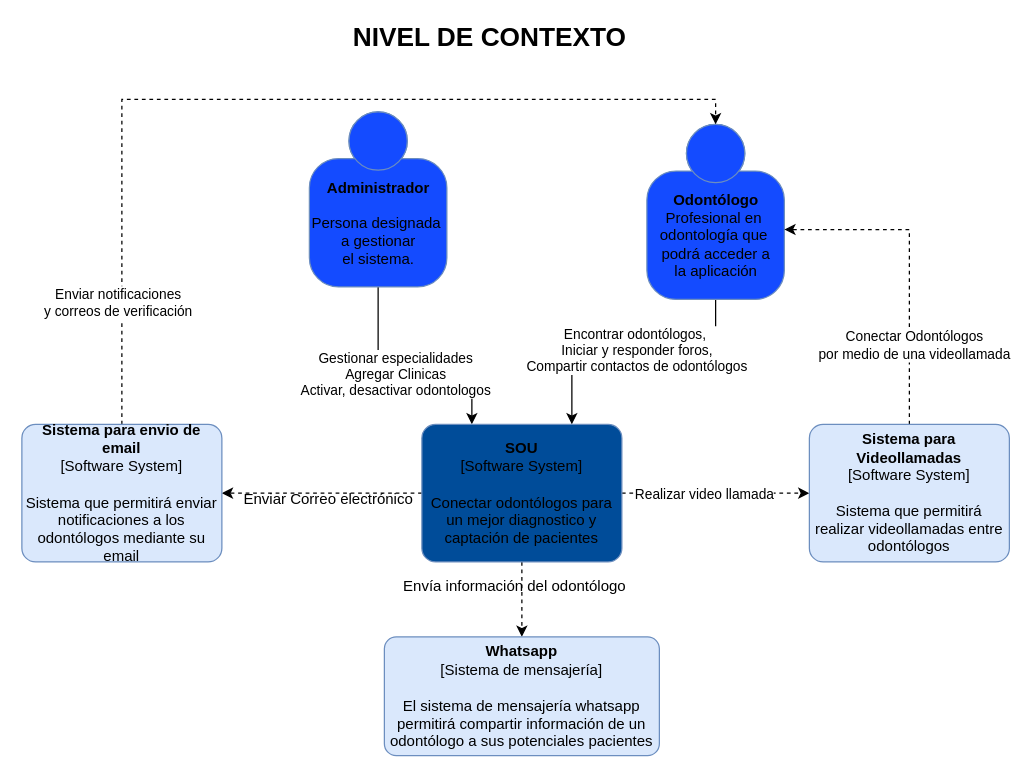
Before: Untitled Diagram.drawio in vjcajilema/C4-Odontologos, a draw.io diagram. Source tidied: cells renumbered, new cells numbered last; positions are measured from the earlier drawing's top-left corner, leaving out a move shared by most shapes. Both pictures are drawn from the tidied source at 125%, with x=0, y=0 at pixel (21, 24).
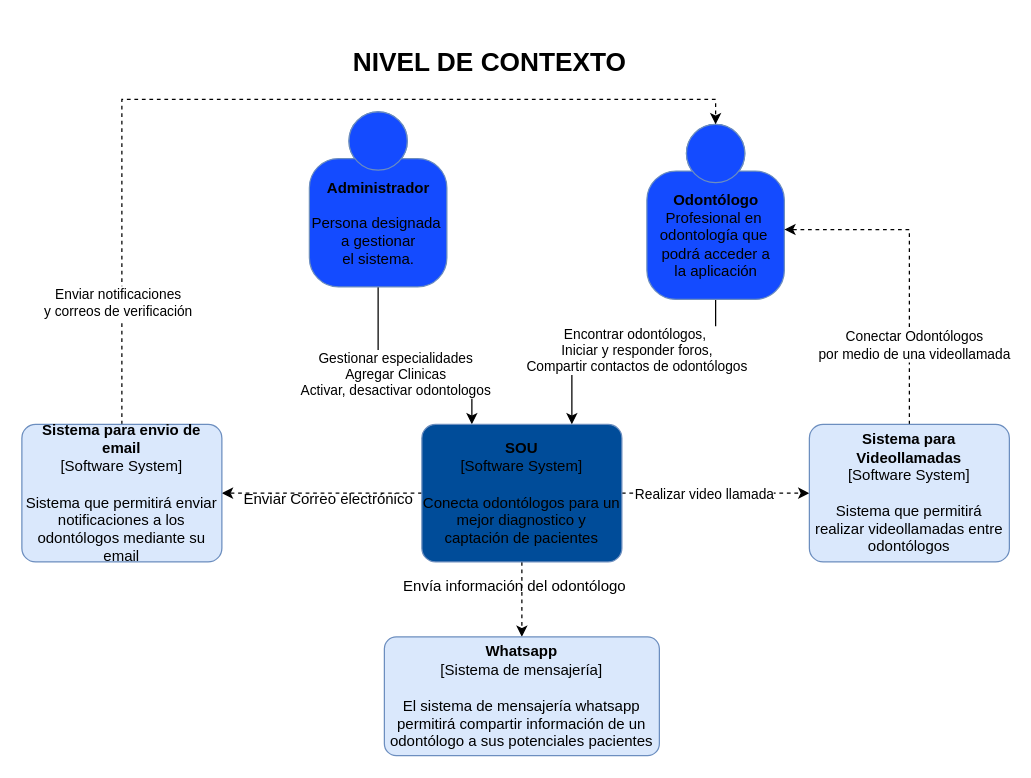
The same page after the edit.

Commit message:
Cambiar infinitivos conexto.drawio

What changed in the source:
```diff
@@
-    <mxCell id="9" value="&lt;b&gt;SOU&lt;/b&gt;&lt;div&gt;[Software System]&lt;/div&gt;&lt;br&gt;&lt;div&gt;Conectar odontólogos para un mejor diagnostico y captación de pacientes&lt;/div&gt;" style="rounded=1;whiteSpace=wrap;html=1;labelBackgroundColor=none;fillColor=#004C99;fontColor=#000000;align=center;arcSize=10;strokeColor=#6c8ebf;points=[[0.25,0,0],[0.5,0,0],[0.75,0,0],[1,0.25,0],[1,0.5,0],[1,0.75,0],[0.75,1,0],[0.5,1,0],[0.25,1,0],[0,0.75,0],[0,0.5,0],[0,0.25,0]];gradientColor=none;" parent="1" vertex="1">
+    <mxCell id="9" value="&lt;b&gt;SOU&lt;/b&gt;&lt;div&gt;[Software System]&lt;/div&gt;&lt;br&gt;&lt;div&gt;Conecta odontólogos para un mejor diagnostico y captación de pacientes&lt;/div&gt;" style="rounded=1;whiteSpace=wrap;html=1;labelBackgroundColor=none;fillColor=#004C99;fontColor=#000000;align=center;arcSize=10;strokeColor=#6c8ebf;points=[[0.25,0,0],[0.5,0,0],[0.75,0,0],[1,0.25,0],[1,0.5,0],[1,0.75,0],[0.75,1,0],[0.5,1,0],[0.25,1,0],[0,0.75,0],[0,0.5,0],[0,0.25,0]];gradientColor=none;" parent="1" vertex="1">
       <mxGeometry x="320" y="320" width="160" height="110" as="geometry" />
     </mxCell>
@@
     <mxCell id="22" value="&lt;b&gt;&lt;font style=&quot;font-size: 21px&quot;&gt;NIVEL DE CONTEXTO&lt;/font&gt;&lt;/b&gt;" style="text;html=1;align=center;verticalAlign=middle;" parent="1" vertex="1">
-      <mxGeometry x="259" width="230" height="20" as="geometry" />
+      <mxGeometry x="259" y="20" width="230" height="20" as="geometry" />
     </mxCell>
```
